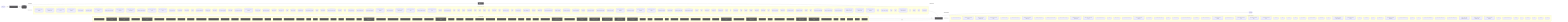
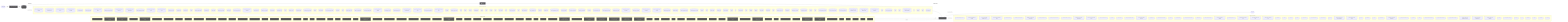
flowchart LR
  UserQ(["👤 User Query"])
  Embed["📐 Embedding Model"]
  VecDB[("📚 Vector Store")]
  Retriever["🔍 Retriever"]
  LLMNode["🧠 LLM / Generator"]
  Output(["✅ Response"])
  UserQ -->|query| Embed
  Embed -->|vector| VecDB
  VecDB -->|top-k chunks| Retriever
  Retriever -->|context + query| LLMNode
  LLMNode -->|generated answer| Output
  subgraph DetectedMemory["Detected memory stores"]
    det_detectedmemory_check_steering_feedback_contract_80134459[("check-steering-feedback-contract")]
    det_detectedmemory_prompt_context_drift_validate_runner_c8ecc6f5[("prompt-context-drift-validate-runner")]
    det_detectedmemory_prompt_context_drift_write_runner_69e6a4fd[("prompt-context-drift-write-runner")]
    det_detectedmemory_normalize_workflow_contracts_8701f1c8[("normalize-workflow-contracts")]
    det_detectedmemory_run_harness_evals_77704768[("run-harness-evals")]
    det_detectedmemory_sync_codex_preflight_7e7a8dc2[("sync-codex-preflight")]
    det_detectedmemory_test_harness_upgrade_matrix_84113c4e[("test-harness-upgrade-matrix")]
    det_detectedmemory_validate_prompt_context_drift_8c949ef6[("validate-prompt-context-drift")]
    det_detectedmemory_validate_runtime_packet_schemas_bc3ba8ec[("validate-runtime-packet-schemas")]
    det_detectedmemory_validate_system_prompt_gap_adoption_62d8c955[("validate-system-prompt-gap-adoption")]
    det_detectedmemory_validate_workflow_contracts_33dc063c[("validate-workflow-contracts")]
    det_detectedmemory_write_agent_native_ratchet_report_67cdbeea[("write-agent-native-ratchet-report")]
    det_detectedmemory_write_prompt_context_drift_report_71a4e149[("write-prompt-context-drift-report")]
    det_detectedmemory_branch_protect_core_a8feb0fd[("branch-protect-core")]
    det_detectedmemory_ci_migrate_core_7005b5af[("ci-migrate-core")]
    det_detectedmemory_context_health_80bb7da9[("context-health")]
    det_detectedmemory_context_ea7792a2[("context")]
    det_detectedmemory_docs_gate_classification_2f51c90b[("docs-gate-classification")]
    det_detectedmemory_docs_gate_types_d285abb6[("docs-gate-types")]
    det_detectedmemory_index_context_de3ed39d[("index-context")]
    det_detectedmemory_local_memory_preflight_dcc36c42[("local-memory-preflight")]
    det_detectedmemory_memory_gate_a577a506[("memory-gate")]
    det_detectedmemory_next_prompt_context_drift_3c5a93d5[("next-prompt-context-drift")]
    det_detectedmemory_next_recommendation_decisions_03315dd4[("next-recommendation-decisions")]
    det_detectedmemory_next_runner_state_be6fe997[("next-runner-state")]
    det_detectedmemory_pattern_scope_siblings_43abe000[("pattern-scope-siblings")]
    det_detectedmemory_review_context_ca6cf81d[("review-context")]
    det_detectedmemory_review_gate_core_4c8001f9[("review-gate-core")]
    det_detectedmemory_search_24193290[("search")]
    det_detectedmemory_session_context_e5ec72c0[("session-context")]
    det_detectedmemory_tooling_audit_core_328d6a41[("tooling-audit-core")]
    det_detectedmemory_run_local_memory_preflight_36e92808[("run-local-memory-preflight")]
    det_detectedmemory_checker_d2d2328e[("checker")]
    det_detectedmemory_context_health_1_ceb11829[("context-health")]
    det_detectedmemory_prompt_context_drift_surface_c1e30b42[("prompt-context-drift-surface")]
    det_detectedmemory_test_fixtures_c2f936b0[("test-fixtures")]
    det_detectedmemory_types_2_d9bc6e7a[("types")]
    det_detectedmemory_branch_protect_sync_570adb18[("branch-protect-sync")]
    det_detectedmemory_builtin_command_specs_ac7d392e[("builtin-command-specs")]
    det_detectedmemory_command_capability_rules_ca3f496a[("command-capability-rules")]
    det_detectedmemory_command_expected_artifacts_6469c2fb[("command-expected-artifacts")]
    det_detectedmemory_command_specs_core_1c0ffc99[("command-specs-core")]
+     det_detectedmemory_command_visibility_rules_83c6a86a[("command-visibility-rules")]
    det_detectedmemory_local_memory_preflight_command_spec_9e23f3ce[("local-memory-preflight-command-spec")]
    det_detectedmemory_memory_gate_command_spec_dc9001a9[("memory-gate-command-spec")]
    det_detectedmemory_review_gate_command_spec_3187376a[("review-gate-command-spec")]
    det_detectedmemory_session_context_command_spec_973afbb1[("session-context-command-spec")]
    det_detectedmemory_constants_7517017f[("constants")]
    det_detectedmemory_context_compact_policy_3dcaf95d[("context-compact-policy")]
    det_detectedmemory_index_3_7e40d474[("index")]
    det_detectedmemory_indexer_70fa78e5[("indexer")]
    det_detectedmemory_init_error_5c7dd49f[("init-error")]
    det_detectedmemory_lexical_fallback_723e2b3e[("lexical-fallback")]
    det_detectedmemory_ollama_76e3c7bf[("ollama")]
    det_detectedmemory_rollout_a4fa034c[("rollout")]
    det_detectedmemory_sources_878a52fc[("sources")]
    det_detectedmemory_store_824d80d7[("store")]
    det_detectedmemory_sync_contract_c79fa191[("sync-contract")]
    det_detectedmemory_types_8_f6283648[("types")]
    det_detectedmemory_harness_run_context_ac7c77a9[("harness-run-context")]
    det_detectedmemory_index_4_013aa0e3[("index")]
    det_detectedmemory_json_schema_core_96d7e328[("json-schema-core")]
    det_detectedmemory_policy_validators_core_714a3fe7[("policy-validators-core")]
    det_detectedmemory_types_core_e405ddca[("types-core")]
    det_detectedmemory_validator_core_4358f8ba[("validator-core")]
    det_detectedmemory_archive_candidates_scanner_d0931789[("archive-candidates-scanner")]
    det_detectedmemory_archive_candidates_dc0e40e1[("archive-candidates")]
    det_detectedmemory_docs_task_eval_contract_79347457[("docs-task-eval-contract")]
    det_detectedmemory_docs_task_eval_fixtures_44902755[("docs-task-eval-fixtures")]
    det_detectedmemory_init_modes_c05ceb07[("init-modes")]
    det_detectedmemory_project_brain_templates_7ef51530[("project-brain-templates")]
    det_detectedmemory_scaffold_diagram_templates_dd88e83c[("scaffold-diagram-templates")]
    det_detectedmemory_scaffold_doc_templates_f6152330[("scaffold-doc-templates")]
    det_detectedmemory_scaffold_environment_templates_c1ceba6a[("scaffold-environment-templates")]
    det_detectedmemory_scaffold_hook_templates_8c74ab50[("scaffold-hook-templates")]
    det_detectedmemory_scaffold_root_command_templates_404fed7f[("scaffold-root-command-templates")]
    det_detectedmemory_scaffold_script_template_registry_69312d4e[("scaffold-script-template-registry")]
    det_detectedmemory_scaffold_shell_templates_0ad0f915[("scaffold-shell-templates")]
    det_detectedmemory_scaffold_surfaces_12d6494e[("scaffold-surfaces")]
    det_detectedmemory_scaffold_template_registry_b1cce2aa[("scaffold-template-registry")]
    det_detectedmemory_scaffold_workflow_template_92310587[("scaffold-workflow-template")]
    det_detectedmemory_eval_seed_5699fd3e[("eval-seed")]
    det_detectedmemory_index_10_f6785a46[("index")]
    det_detectedmemory_review_context_1_e3afed15[("review-context")]
    det_detectedmemory_memory_gate_1_265164ac[("memory-gate")]
    det_detectedmemory_branch_enforcer_acb749cd[("branch-enforcer")]
    det_detectedmemory_cli_args_5_09ea29f0[("cli-args")]
    det_detectedmemory_cli_7_dc4a9f7f[("cli")]
    det_detectedmemory_metrics_tracker_98cec29c[("metrics-tracker")]
    det_detectedmemory_types_20_071a0112[("types")]
    det_detectedmemory_validator_5_b19ac2be[("validator")]
    det_detectedmemory_classifier_fe1991a9[("classifier")]
    det_detectedmemory_tooling_paths_560ac80d[("tooling-paths")]
    det_detectedmemory_claim_helpers_20dc8387[("claim-helpers")]
    det_detectedmemory_types_25_89d086aa[("types")]
    det_detectedmemory_local_memory_smoke_1175abfc[("local-memory-smoke")]
    det_detectedmemory_local_memory_0db17ecc[("local-memory")]
    det_detectedmemory_performance_overload_c685bfcf[("performance-overload")]
    det_detectedmemory_suggestion_generator_0956f794[("suggestion-generator")]
    det_detectedmemory_git_head_7346fd6a[("git-head")]
    det_detectedmemory_index_12_762ec91b[("index")]
    det_detectedmemory_prompt_context_drift_builder_a451c7dd[("prompt-context-drift-builder")]
    det_detectedmemory_prompt_context_drift_report_3257a95c[("prompt-context-drift-report")]
    det_detectedmemory_prompt_context_drift_types_ba6863d4[("prompt-context-drift-types")]
    det_detectedmemory_prompt_context_drift_validation_evidence_21f0336f[("prompt-context-drift-validation-evidence")]
    det_detectedmemory_prompt_context_drift_validation_utils_2285f4ac[("prompt-context-drift-validation-utils")]
    det_detectedmemory_prompt_context_drift_validation_8fc01719[("prompt-context-drift-validation")]
    det_detectedmemory_index_13_97df39c8[("index")]
    det_detectedmemory_prompt_context_receipt_17b862b2[("prompt-context-receipt")]
    det_detectedmemory_types_32_bfe791ff[("types")]
    det_detectedmemory_policy_1_fc4198db[("policy")]
    det_detectedmemory_runtime_card_codex_runtime_validation_d8ce9934[("runtime-card-codex-runtime-validation")]
    det_detectedmemory_cli_12_01c06c37[("cli")]
    det_detectedmemory_collector_0736fd5b[("collector")]
    det_detectedmemory_types_35_93e66c64[("types")]
    det_detectedmemory_overload_guard_2748c559[("overload-guard")]
  end
  VecDB -. "implemented by" .-> DetectedMemory
  subgraph DetectedLLM["Detected LLM clients"]
    det_detectedllm_check_codex_agent_roles_5bb2e89b["check-codex-agent-roles"]
    det_detectedllm_check_steering_feedback_contract_80134459["check-steering-feedback-contract"]
    det_detectedllm_prompt_context_drift_validate_runner_c8ecc6f5["prompt-context-drift-validate-runner"]
    det_detectedllm_prompt_context_drift_write_runner_69e6a4fd["prompt-context-drift-write-runner"]
    det_detectedllm_run_harness_evals_77704768["run-harness-evals"]
    det_detectedllm_validate_decision_request_2e5c325e["validate-decision-request"]
    det_detectedllm_validate_goal_completion_audit_receipt_100d252c["validate-goal-completion-audit-receipt"]
    det_detectedllm_validate_packaged_skill_5e32c890["validate-packaged-skill"]
    det_detectedllm_validate_prompt_context_drift_8c949ef6["validate-prompt-context-drift"]
    det_detectedllm_validate_reviewer_coverage_251efee3["validate-reviewer-coverage"]
    det_detectedllm_validate_system_prompt_gap_adoption_62d8c955["validate-system-prompt-gap-adoption"]
    det_detectedllm_write_prompt_context_drift_report_71a4e149["write-prompt-context-drift-report"]
    det_detectedllm_check_environment_core_2c16213f["check-environment-core"]
    det_detectedllm_context_ea7792a2["context"]
    det_detectedllm_index_context_de3ed39d["index-context"]
    det_detectedllm_next_prompt_context_drift_3c5a93d5["next-prompt-context-drift"]
    det_detectedllm_next_recommendation_decisions_03315dd4["next-recommendation-decisions"]
    det_detectedllm_prompt_gate_c5e9d207["prompt-gate"]
    det_detectedllm_remediate_runner_helpers_929fedcc["remediate-runner-helpers"]
    det_detectedllm_search_24193290["search"]
    det_detectedllm_context_health_1_ceb11829["context-health"]
    det_detectedllm_prompt_context_drift_surface_c1e30b42["prompt-context-drift-surface"]
    det_detectedllm_test_fixtures_c2f936b0["test-fixtures"]
    det_detectedllm_builtin_command_specs_ac7d392e["builtin-command-specs"]
    det_detectedllm_command_expected_artifacts_6469c2fb["command-expected-artifacts"]
    det_detectedllm_command_specs_core_1c0ffc99["command-specs-core"]
    det_detectedllm_pilot_evaluate_command_spec_1084ea72["pilot-evaluate-command-spec"]
    det_detectedllm_pilot_rollback_command_spec_4fe69f7d["pilot-rollback-command-spec"]
    det_detectedllm_prompt_gate_command_spec_9a941482["prompt-gate-command-spec"]
    det_detectedllm_constants_7517017f["constants"]
    det_detectedllm_index_3_7e40d474["index"]
    det_detectedllm_indexer_70fa78e5["indexer"]
    det_detectedllm_ollama_76e3c7bf["ollama"]
    det_detectedllm_sync_contract_c79fa191["sync-contract"]
    det_detectedllm_north_star_validators_cfc926ce["north-star-validators"]
    det_detectedllm_hilt_boundary_9b36fb15["hilt-boundary"]
    det_detectedllm_types_10_75e5a4a0["types"]
    det_detectedllm_goal_completion_audit_receipt_validation_9d0f4891["goal-completion-audit-receipt-validation"]
    det_detectedllm_goal_completion_audit_receipt_5e4939c3["goal-completion-audit-receipt"]
    det_detectedllm_index_5_522f772a["index"]
    det_detectedllm_constants_1_a84e15f0["constants"]
    det_detectedllm_types_18_37582e2a["types"]
    det_detectedllm_sensitive_text_7c11f760["sensitive-text"]
    det_detectedllm_pr_template_linked_issue_relationship_a7b61f2c["pr-template-linked-issue-relationship"]
    det_detectedllm_pr_template_validator_rules_20a32d6b["pr-template-validator-rules"]
    det_detectedllm_git_head_7346fd6a["git-head"]
    det_detectedllm_index_12_762ec91b["index"]
    det_detectedllm_prompt_context_drift_builder_a451c7dd["prompt-context-drift-builder"]
    det_detectedllm_prompt_context_drift_report_3257a95c["prompt-context-drift-report"]
    det_detectedllm_prompt_context_drift_types_ba6863d4["prompt-context-drift-types"]
    det_detectedllm_prompt_context_drift_validation_evidence_21f0336f["prompt-context-drift-validation-evidence"]
    det_detectedllm_prompt_context_drift_validation_utils_2285f4ac["prompt-context-drift-validation-utils"]
    det_detectedllm_prompt_context_drift_validation_8fc01719["prompt-context-drift-validation"]
    det_detectedllm_index_13_97df39c8["index"]
    det_detectedllm_prompt_context_receipt_17b862b2["prompt-context-receipt"]
    det_detectedllm_cli_args_9_9c136878["cli-args"]
    det_detectedllm_cli_11_338a8415["cli"]
    det_detectedllm_sections_4697ef32["sections"]
    det_detectedllm_types_28_4476fcc6["types"]
    det_detectedllm_validator_7_f836eb0e["validator"]
    det_detectedllm_cli_args_10_861cdd3f["cli-args"]
  end
  LLMNode -. "implemented by" .-> DetectedLLM
  subgraph DetectedTools["Agentic tool calls"]
    det_detectedtools_check_codex_agent_roles_5bb2e89b["🔧 check-codex-agent-roles"]
    det_detectedtools_check_steering_feedback_contract_80134459["🔧 check-steering-feedback-contract"]
    det_detectedtools_check_tooling_baseline_parity_3124b30a["🔧 check-tooling-baseline-parity"]
    det_detectedtools_run_harness_evals_77704768["🔧 run-harness-evals"]
    det_detectedtools_validate_action_review_receipt_fa2f06c3["🔧 validate-action-review-receipt"]
    det_detectedtools_validate_packaged_skill_5e32c890["🔧 validate-packaged-skill"]
    det_detectedtools_validate_replay_packet_f309747e["🔧 validate-replay-packet"]
    det_detectedtools_ci_migrate_core_7005b5af["🔧 ci-migrate-core"]
    det_detectedtools_doctor_checks_5a2eb2b9["🔧 doctor-checks"]
    det_detectedtools_doctor_github_tool_check_e0a938df["🔧 doctor-github-tool-check"]
    det_detectedtools_doctor_github_tool_checks_a53b0382["🔧 doctor-github-tool-checks"]
    det_detectedtools_doctor_tool_checks_4acac51a["🔧 doctor-tool-checks"]
    det_detectedtools_fleet_plan_repo_ecdc6499["🔧 fleet-plan-repo"]
    det_detectedtools_next_blocked_decisions_4140ad2b["🔧 next-blocked-decisions"]
    det_detectedtools_next_pr_closeout_contract_af31d30a["🔧 next-pr-closeout-contract"]
    det_detectedtools_policy_gate_213f7313["🔧 policy-gate"]
    det_detectedtools_remediate_cli_output_cc165396["🔧 remediate-cli-output"]
    det_detectedtools_remediate_runner_helpers_929fedcc["🔧 remediate-runner-helpers"]
    det_detectedtools_review_gate_core_4c8001f9["🔧 review-gate-core"]
    det_detectedtools_index_1bc04b52["🔧 index"]
    det_detectedtools_types_1_4ecdf56e["🔧 types"]
    det_detectedtools_validation_constants_e002a0f6["🔧 validation-constants"]
    det_detectedtools_validation_98c41dcd["🔧 validation"]
    det_detectedtools_checker_d2d2328e["🔧 checker"]
    det_detectedtools_shared_state_policy_edc9c4db["🔧 shared-state-policy"]
    det_detectedtools_cli_args_1_6144b055["🔧 cli-args"]
    det_detectedtools_command_agent_native_capability_rules_b491ef6c["🔧 command-agent-native-capability-rules"]
    det_detectedtools_command_capabilities_a4d5c71e["🔧 command-capabilities"]
    det_detectedtools_command_capability_rules_ca3f496a["🔧 command-capability-rules"]
+     det_detectedtools_command_visibility_rules_83c6a86a["🔧 command-visibility-rules"]
    det_detectedtools_linear_command_actions_e430f4f4["🔧 linear-command-actions"]
    det_detectedtools_linear_command_runner_4a740dfc["🔧 linear-command-runner"]
    det_detectedtools_policy_validators_core_714a3fe7["🔧 policy-validators-core"]
    det_detectedtools_shared_state_action_validator_e7b128cd["🔧 shared-state-action-validator"]
    det_detectedtools_types_core_e405ddca["🔧 types-core"]
    det_detectedtools_validator_core_4358f8ba["🔧 validator-core"]
    det_detectedtools_validator_helpers_7b927667["🔧 validator-helpers"]
    det_detectedtools_he_phase_exit_core_1148895b["🔧 he-phase-exit-core"]
    det_detectedtools_environment_runtime_3206f0a8["🔧 environment-runtime"]
    det_detectedtools_observed_skill_usage_ed7d5930["🔧 observed-skill-usage"]
    det_detectedtools_closure_evidence_aaa31467["🔧 closure-evidence"]
    det_detectedtools_pr_creator_dc6b1ea4["🔧 pr-creator"]
    det_detectedtools_client_948fe603["🔧 client"]
    det_detectedtools_init_output_360dce91["🔧 init-output"]
    det_detectedtools_scaffold_ci_templates_2afd6392["🔧 scaffold-ci-templates"]
    det_detectedtools_scaffold_codex_environment_templates_334fbbed["🔧 scaffold-codex-environment-templates"]
    det_detectedtools_scaffold_config_templates_4b80ce53["🔧 scaffold-config-templates"]
    det_detectedtools_scaffold_environment_templates_c1ceba6a["🔧 scaffold-environment-templates"]
    det_detectedtools_scaffold_github_actions_pr_pipeline_renderer_1ee18de5["🔧 scaffold-github-actions-pr-pipeline-renderer"]
    det_detectedtools_scaffold_github_actions_pr_pipeline_template_e2b85f62["🔧 scaffold-github-actions-pr-pipeline-template"]
    det_detectedtools_scaffold_package_command_template_80e32e83["🔧 scaffold-package-command-template"]
    det_detectedtools_scaffold_release_private_npm_template_075499f8["🔧 scaffold-release-private-npm-template"]
    det_detectedtools_constants_1_a84e15f0["🔧 constants"]
    det_detectedtools_index_9_32dd4d91["🔧 index"]
    det_detectedtools_validation_common_6161e48b["🔧 validation-common"]
    det_detectedtools_cli_7_dc4a9f7f["🔧 cli"]
    det_detectedtools_metrics_tracker_98cec29c["🔧 metrics-tracker"]
    det_detectedtools_normalise_renderer_85f2e563["🔧 normalise-renderer"]
    det_detectedtools_evaluation_engine_core_e054fe49["🔧 evaluation-engine-core"]
    det_detectedtools_tooling_baseline_50ab2eeb["🔧 tooling-baseline"]
    det_detectedtools_tooling_paths_560ac80d["🔧 tooling-paths"]
    det_detectedtools_prompt_context_drift_report_3257a95c["🔧 prompt-context-drift-report"]
    det_detectedtools_prompt_context_drift_types_ba6863d4["🔧 prompt-context-drift-types"]
    det_detectedtools_prompt_context_drift_validation_utils_2285f4ac["🔧 prompt-context-drift-validation-utils"]
    det_detectedtools_replay_packet_a1293f88["🔧 replay-packet"]
    det_detectedtools_index_14_d982116c["🔧 index"]
    det_detectedtools_review_lifecycle_contract_e5447221["🔧 review-lifecycle-contract"]
    det_detectedtools_review_lifecycle_89afa64c["🔧 review-lifecycle"]
    det_detectedtools_runtime_card_codex_runtime_validation_d8ce9934["🔧 runtime-card-codex-runtime-validation"]
    det_detectedtools_runtime_card_codex_runtime_0655e230["🔧 runtime-card-codex-runtime"]
    det_detectedtools_runtime_evidence_bundle_d471a232["🔧 runtime-evidence-bundle"]
    det_detectedtools_types_37_32ccf9f9["🔧 types"]
    det_detectedtools_index_17_642943a2["🔧 index"]
    det_detectedtools_projection_1b250ea1["🔧 projection"]
    det_detectedtools_types_39_d07de160["🔧 types"]
    det_detectedtools_validation_8_b9fa10af["🔧 validation"]
  end
  LLMNode -->|tool use| DetectedTools
  DetectedTools -->|result| LLMNode
  classDef memNode fill:#555,color:#fff
  class VecDB,Retriever memNode
  classDef llmNode fill:#555,color:#fff
  class LLMNode,Embed llmNode
  classDef toolNode fill:#555,color:#fff
-   class det_detectedtools_check_codex_agent_roles_5bb2e89b,det_detectedtools_check_steering_feedback_contract_80134459,det_detectedtools_check_tooling_baseline_parity_3124b30a,det_detectedtools_run_harness_evals_77704768,det_detectedtools_validate_action_review_receipt_fa2f06c3,det_detectedtools_validate_packaged_skill_5e32c890,det_detectedtools_validate_replay_packet_f309747e,det_detectedtools_ci_migrate_core_7005b5af,det_detectedtools_doctor_checks_5a2eb2b9,det_detectedtools_doctor_github_tool_check_e0a938df,det_detectedtools_doctor_github_tool_checks_a53b0382,det_detectedtools_doctor_tool_checks_4acac51a,det_detectedtools_fleet_plan_repo_ecdc6499,det_detectedtools_next_blocked_decisions_4140ad2b,det_detectedtools_next_pr_closeout_contract_af31d30a,det_detectedtools_policy_gate_213f7313,det_detectedtools_remediate_cli_output_cc165396,det_detectedtools_remediate_runner_helpers_929fedcc,det_detectedtools_review_gate_core_4c8001f9,det_detectedtools_index_1bc04b52,det_detectedtools_types_1_4ecdf56e,det_detectedtools_validation_constants_e002a0f6,det_detectedtools_validation_98c41dcd,det_detectedtools_checker_d2d2328e,det_detectedtools_shared_state_policy_edc9c4db,det_detectedtools_cli_args_1_6144b055,det_detectedtools_command_agent_native_capability_rules_b491ef6c,det_detectedtools_command_capabilities_a4d5c71e,det_detectedtools_command_capability_rules_ca3f496a,det_detectedtools_linear_command_actions_e430f4f4,det_detectedtools_linear_command_runner_4a740dfc,det_detectedtools_policy_validators_core_714a3fe7,det_detectedtools_shared_state_action_validator_e7b128cd,det_detectedtools_types_core_e405ddca,det_detectedtools_validator_core_4358f8ba,det_detectedtools_validator_helpers_7b927667,det_detectedtools_he_phase_exit_core_1148895b,det_detectedtools_environment_runtime_3206f0a8,det_detectedtools_observed_skill_usage_ed7d5930,det_detectedtools_closure_evidence_aaa31467,det_detectedtools_pr_creator_dc6b1ea4,det_detectedtools_client_948fe603,det_detectedtools_init_output_360dce91,det_detectedtools_scaffold_ci_templates_2afd6392,det_detectedtools_scaffold_codex_environment_templates_334fbbed,det_detectedtools_scaffold_config_templates_4b80ce53,det_detectedtools_scaffold_environment_templates_c1ceba6a,det_detectedtools_scaffold_github_actions_pr_pipeline_renderer_1ee18de5,det_detectedtools_scaffold_github_actions_pr_pipeline_template_e2b85f62,det_detectedtools_scaffold_package_command_template_80e32e83,det_detectedtools_scaffold_release_private_npm_template_075499f8,det_detectedtools_constants_1_a84e15f0,det_detectedtools_index_9_32dd4d91,det_detectedtools_validation_common_6161e48b,det_detectedtools_cli_7_dc4a9f7f,det_detectedtools_metrics_tracker_98cec29c,det_detectedtools_normalise_renderer_85f2e563,det_detectedtools_evaluation_engine_core_e054fe49,det_detectedtools_tooling_baseline_50ab2eeb,det_detectedtools_tooling_paths_560ac80d,det_detectedtools_prompt_context_drift_report_3257a95c,det_detectedtools_prompt_context_drift_types_ba6863d4,det_detectedtools_prompt_context_drift_validation_utils_2285f4ac,det_detectedtools_replay_packet_a1293f88,det_detectedtools_index_14_d982116c,det_detectedtools_review_lifecycle_contract_e5447221,det_detectedtools_review_lifecycle_89afa64c,det_detectedtools_runtime_card_codex_runtime_validation_d8ce9934,det_detectedtools_runtime_card_codex_runtime_0655e230,det_detectedtools_runtime_evidence_bundle_d471a232,det_detectedtools_types_37_32ccf9f9,det_detectedtools_index_17_642943a2,det_detectedtools_projection_1b250ea1,det_detectedtools_types_39_d07de160,det_detectedtools_validation_8_b9fa10af toolNode
+   class det_detectedtools_check_codex_agent_roles_5bb2e89b,det_detectedtools_check_steering_feedback_contract_80134459,det_detectedtools_check_tooling_baseline_parity_3124b30a,det_detectedtools_run_harness_evals_77704768,det_detectedtools_validate_action_review_receipt_fa2f06c3,det_detectedtools_validate_packaged_skill_5e32c890,det_detectedtools_validate_replay_packet_f309747e,det_detectedtools_ci_migrate_core_7005b5af,det_detectedtools_doctor_checks_5a2eb2b9,det_detectedtools_doctor_github_tool_check_e0a938df,det_detectedtools_doctor_github_tool_checks_a53b0382,det_detectedtools_doctor_tool_checks_4acac51a,det_detectedtools_fleet_plan_repo_ecdc6499,det_detectedtools_next_blocked_decisions_4140ad2b,det_detectedtools_next_pr_closeout_contract_af31d30a,det_detectedtools_policy_gate_213f7313,det_detectedtools_remediate_cli_output_cc165396,det_detectedtools_remediate_runner_helpers_929fedcc,det_detectedtools_review_gate_core_4c8001f9,det_detectedtools_index_1bc04b52,det_detectedtools_types_1_4ecdf56e,det_detectedtools_validation_constants_e002a0f6,det_detectedtools_validation_98c41dcd,det_detectedtools_checker_d2d2328e,det_detectedtools_shared_state_policy_edc9c4db,det_detectedtools_cli_args_1_6144b055,det_detectedtools_command_agent_native_capability_rules_b491ef6c,det_detectedtools_command_capabilities_a4d5c71e,det_detectedtools_command_capability_rules_ca3f496a,det_detectedtools_command_visibility_rules_83c6a86a,det_detectedtools_linear_command_actions_e430f4f4,det_detectedtools_linear_command_runner_4a740dfc,det_detectedtools_policy_validators_core_714a3fe7,det_detectedtools_shared_state_action_validator_e7b128cd,det_detectedtools_types_core_e405ddca,det_detectedtools_validator_core_4358f8ba,det_detectedtools_validator_helpers_7b927667,det_detectedtools_he_phase_exit_core_1148895b,det_detectedtools_environment_runtime_3206f0a8,det_detectedtools_observed_skill_usage_ed7d5930,det_detectedtools_closure_evidence_aaa31467,det_detectedtools_pr_creator_dc6b1ea4,det_detectedtools_client_948fe603,det_detectedtools_init_output_360dce91,det_detectedtools_scaffold_ci_templates_2afd6392,det_detectedtools_scaffold_codex_environment_templates_334fbbed,det_detectedtools_scaffold_config_templates_4b80ce53,det_detectedtools_scaffold_environment_templates_c1ceba6a,det_detectedtools_scaffold_github_actions_pr_pipeline_renderer_1ee18de5,det_detectedtools_scaffold_github_actions_pr_pipeline_template_e2b85f62,det_detectedtools_scaffold_package_command_template_80e32e83,det_detectedtools_scaffold_release_private_npm_template_075499f8,det_detectedtools_constants_1_a84e15f0,det_detectedtools_index_9_32dd4d91,det_detectedtools_validation_common_6161e48b,det_detectedtools_cli_7_dc4a9f7f,det_detectedtools_metrics_tracker_98cec29c,det_detectedtools_normalise_renderer_85f2e563,det_detectedtools_evaluation_engine_core_e054fe49,det_detectedtools_tooling_baseline_50ab2eeb,det_detectedtools_tooling_paths_560ac80d,det_detectedtools_prompt_context_drift_report_3257a95c,det_detectedtools_prompt_context_drift_types_ba6863d4,det_detectedtools_prompt_context_drift_validation_utils_2285f4ac,det_detectedtools_replay_packet_a1293f88,det_detectedtools_index_14_d982116c,det_detectedtools_review_lifecycle_contract_e5447221,det_detectedtools_review_lifecycle_89afa64c,det_detectedtools_runtime_card_codex_runtime_validation_d8ce9934,det_detectedtools_runtime_card_codex_runtime_0655e230,det_detectedtools_runtime_evidence_bundle_d471a232,det_detectedtools_types_37_32ccf9f9,det_detectedtools_index_17_642943a2,det_detectedtools_projection_1b250ea1,det_detectedtools_types_39_d07de160,det_detectedtools_validation_8_b9fa10af toolNode
